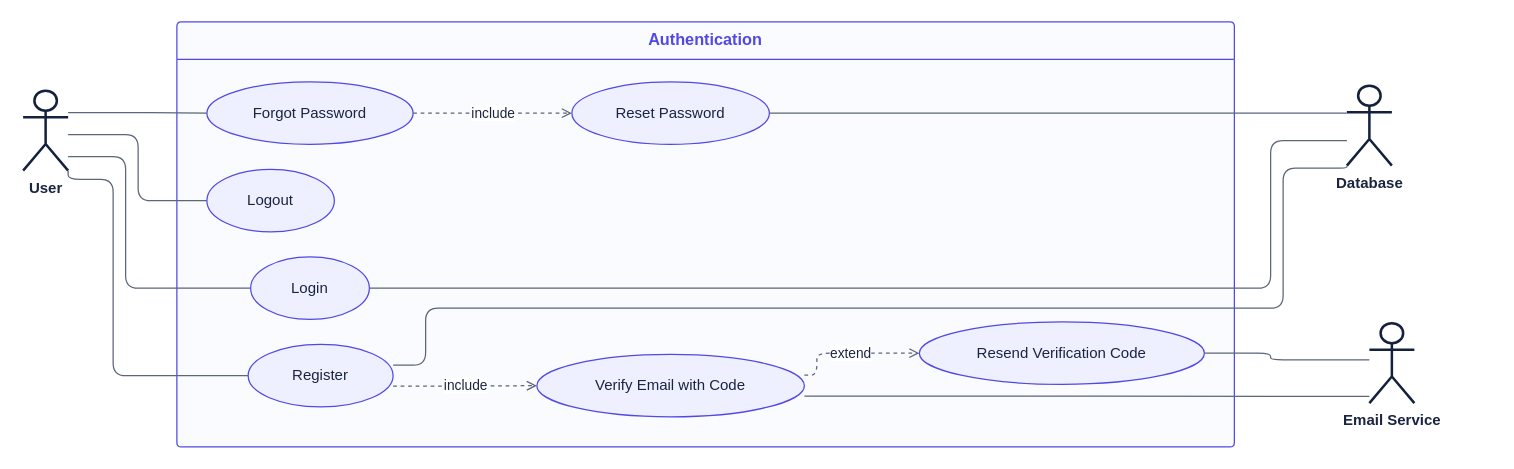
Earlier version of the draw.io diagram page "Fig 3 - Level 1.1 Authentication" (3 of 24) of docs/report/SpecTwin_Diagrams.drawio (sazidmahin/SPL-3). Source tidied: cells renumbered, new cells numbered last; positions are measured from the earlier drawing's top-left corner, leaving out a move shared by most shapes. Both pictures are drawn from the tidied source at 125%, with x=0, y=0 at pixel (22, 21).
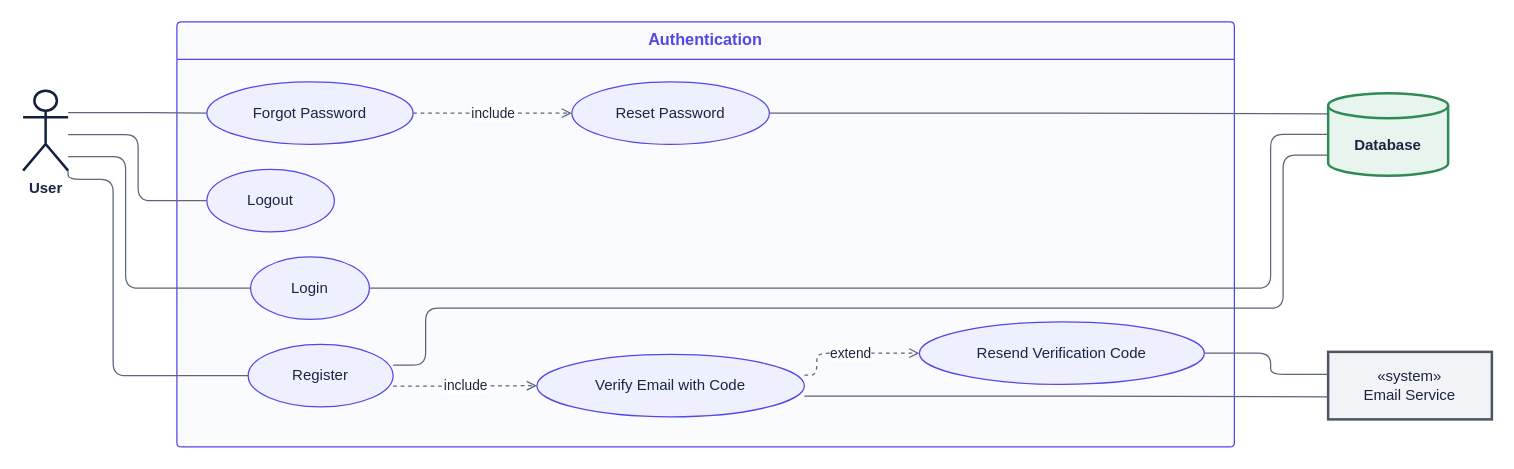
The same page after the edit.

Commit message (it also covers changes not shown here):
docs: show system actors as system shapes and make Figure 13 a whole-pipeline state diagram

Database is drawn as a cylinder and AI engines, email and other services
as <<system>> boxes; only people stay as stick-figure actors. Figure 13
now covers the full run: six stages, completion, publishing, failure
and reopen paths. The report text and states table are updated to match.

The change refers to these unchanged cells:
```xml
<mxCell id="6" value="Register" style="shape=ellipse;perimeter=ellipsePerimeter;whiteSpace=wrap;html=1;fillColor=#EEF0FF;strokeColor=#5148E5;fontColor=#1B2440;fontFamily=Helvetica;fontSize=12;" parent="5" vertex="1">
  <mxGeometry x="57" y="258" width="116" height="50" as="geometry" />
</mxCell>
<mxCell id="7" value="Verify Email with Code" style="shape=ellipse;perimeter=ellipsePerimeter;whiteSpace=wrap;html=1;fillColor=#EEF0FF;strokeColor=#5148E5;fontColor=#1B2440;fontFamily=Helvetica;fontSize=12;" parent="5" vertex="1">
  <mxGeometry x="288" y="266" width="214" height="50" as="geometry" />
</mxCell>
<mxCell id="8" value="Resend Verification Code" style="shape=ellipse;perimeter=ellipsePerimeter;whiteSpace=wrap;html=1;fillColor=#EEF0FF;strokeColor=#5148E5;fontColor=#1B2440;fontFamily=Helvetica;fontSize=12;" parent="5" vertex="1">
  <mxGeometry x="594" y="240" width="228" height="50" as="geometry" />
</mxCell>
<mxCell id="9" value="Login" style="shape=ellipse;perimeter=ellipsePerimeter;whiteSpace=wrap;html=1;fillColor=#EEF0FF;strokeColor=#5148E5;fontColor=#1B2440;fontFamily=Helvetica;fontSize=12;" parent="5" vertex="1">
  <mxGeometry x="59" y="188" width="95" height="50" as="geometry" />
</mxCell>
<mxCell id="11" value="Reset Password" style="shape=ellipse;perimeter=ellipsePerimeter;whiteSpace=wrap;html=1;fillColor=#EEF0FF;strokeColor=#5148E5;fontColor=#1B2440;fontFamily=Helvetica;fontSize=12;" parent="5" vertex="1">
  <mxGeometry x="316" y="48" width="158" height="50" as="geometry" />
</mxCell>
```

The edit, as a diff of the source:
```diff
@@
-    <mxCell id="3" value="Database" style="shape=umlActor;verticalLabelPosition=bottom;verticalAlign=top;html=1;outlineConnect=0;fillColor=#FFFFFF;strokeColor=#14213D;strokeWidth=2;fontColor=#1B2440;fontStyle=1;fontFamily=Helvetica;fontSize=12;" parent="1" vertex="1">
-      <mxGeometry x="1059" y="51" width="36" height="64" as="geometry" />
+    <mxCell id="3" value="Database" style="shape=cylinder3;whiteSpace=wrap;html=1;boundedLbl=1;backgroundOutline=1;size=10;fillColor=#E8F5EE;strokeColor=#2E8B57;strokeWidth=2;fontColor=#1B2440;fontStyle=1;fontFamily=Helvetica;fontSize=12;" parent="1" vertex="1">
+      <mxGeometry x="1044" y="57" width="96" height="66" as="geometry" />
     </mxCell>
-    <mxCell id="4" value="Email Service" style="shape=umlActor;verticalLabelPosition=bottom;verticalAlign=top;html=1;outlineConnect=0;fillColor=#FFFFFF;strokeColor=#14213D;strokeWidth=2;fontColor=#1B2440;fontStyle=1;fontFamily=Helvetica;fontSize=12;" parent="1" vertex="1">
-      <mxGeometry x="1077" y="241" width="36" height="64" as="geometry" />
+    <mxCell id="4" value="«system»&lt;br&gt;Email Service" style="rounded=0;whiteSpace=wrap;html=1;fillColor=#F1F3F7;strokeColor=#4B5563;strokeWidth=2;fontColor=#1B2440;fontFamily=Helvetica;fontSize=12;" parent="1" vertex="1">
+      <mxGeometry x="1044" y="264" width="131" height="54" as="geometry" />
     </mxCell>
@@
-    <mxCell id="20" style="edgeStyle=orthogonalEdgeStyle;rounded=1;html=1;strokeColor=#5B6678;fontColor=#1B2440;fontSize=11;labelBackgroundColor=#FFFFFF;endArrow=none;exitX=1.000;exitY=0.333;exitDx=0;exitDy=0;exitPerimeter=0;entryX=0.000;entryY=1.000;entryDx=0;entryDy=0;entryPerimeter=0;" parent="1" edge="1" source="6" target="3">
+    <mxCell id="20" style="edgeStyle=orthogonalEdgeStyle;rounded=1;html=1;strokeColor=#5B6678;fontColor=#1B2440;fontSize=11;labelBackgroundColor=#FFFFFF;endArrow=none;exitX=1.000;exitY=0.333;exitDx=0;exitDy=0;exitPerimeter=0;entryX=0.000;entryY=0.750;entryDx=0;entryDy=0;entryPerimeter=0;" parent="1" edge="1" source="6" target="3">
       <mxGeometry relative="1" as="geometry">
         <Array as="points">
           <mxPoint x="322" y="275" />
           <mxPoint x="322" y="229" />
           <mxPoint x="1008" y="229" />
-          <mxPoint x="1008" y="117" />
+          <mxPoint x="1008" y="106" />
         </Array>
       </mxGeometry>
     </mxCell>
-    <mxCell id="21" style="edgeStyle=orthogonalEdgeStyle;rounded=1;html=1;strokeColor=#5B6678;fontColor=#1B2440;fontSize=11;labelBackgroundColor=#FFFFFF;endArrow=none;exitX=1.000;exitY=0.500;exitDx=0;exitDy=0;exitPerimeter=0;entryX=0.000;entryY=0.688;entryDx=0;entryDy=0;entryPerimeter=0;" parent="1" edge="1" source="9" target="3">
+    <mxCell id="21" style="edgeStyle=orthogonalEdgeStyle;rounded=1;html=1;strokeColor=#5B6678;fontColor=#1B2440;fontSize=11;labelBackgroundColor=#FFFFFF;endArrow=none;exitX=1.000;exitY=0.500;exitDx=0;exitDy=0;exitPerimeter=0;entryX=0.000;entryY=0.500;entryDx=0;entryDy=0;entryPerimeter=0;" parent="1" edge="1" source="9" target="3">
       <mxGeometry relative="1" as="geometry">
         <Array as="points">
           <mxPoint x="998" y="213" />
-          <mxPoint x="998" y="95" />
+          <mxPoint x="998" y="90" />
         </Array>
       </mxGeometry>
     </mxCell>
-    <mxCell id="22" style="edgeStyle=orthogonalEdgeStyle;rounded=1;html=1;strokeColor=#5B6678;fontColor=#1B2440;fontSize=11;labelBackgroundColor=#FFFFFF;endArrow=none;exitX=1.000;exitY=0.500;exitDx=0;exitDy=0;exitPerimeter=0;entryX=0.000;entryY=0.344;entryDx=0;entryDy=0;entryPerimeter=0;" parent="1" edge="1" source="11" target="3">
+    <mxCell id="22" style="edgeStyle=orthogonalEdgeStyle;rounded=1;html=1;strokeColor=#5B6678;fontColor=#1B2440;fontSize=11;labelBackgroundColor=#FFFFFF;endArrow=none;exitX=1.000;exitY=0.500;exitDx=0;exitDy=0;exitPerimeter=0;entryX=0.000;entryY=0.250;entryDx=0;entryDy=0;entryPerimeter=0;" parent="1" edge="1" source="11" target="3">
       <mxGeometry relative="1" as="geometry" />
     </mxCell>
-    <mxCell id="23" style="edgeStyle=orthogonalEdgeStyle;rounded=1;html=1;strokeColor=#5B6678;fontColor=#1B2440;fontSize=11;labelBackgroundColor=#FFFFFF;endArrow=none;exitX=1.000;exitY=0.667;exitDx=0;exitDy=0;exitPerimeter=0;entryX=0.000;entryY=0.917;entryDx=0;entryDy=0;entryPerimeter=0;" parent="1" edge="1" source="7" target="4">
+    <mxCell id="23" style="edgeStyle=orthogonalEdgeStyle;rounded=1;html=1;strokeColor=#5B6678;fontColor=#1B2440;fontSize=11;labelBackgroundColor=#FFFFFF;endArrow=none;exitX=1.000;exitY=0.667;exitDx=0;exitDy=0;exitPerimeter=0;entryX=0.000;entryY=0.667;entryDx=0;entryDy=0;entryPerimeter=0;" parent="1" edge="1" source="7" target="4">
       <mxGeometry relative="1" as="geometry" />
     </mxCell>
-    <mxCell id="24" style="edgeStyle=orthogonalEdgeStyle;rounded=1;html=1;strokeColor=#5B6678;fontColor=#1B2440;fontSize=11;labelBackgroundColor=#FFFFFF;endArrow=none;exitX=1.000;exitY=0.500;exitDx=0;exitDy=0;exitPerimeter=0;entryX=0.000;entryY=0.458;entryDx=0;entryDy=0;entryPerimeter=0;" parent="1" edge="1" source="8" target="4">
+    <mxCell id="24" style="edgeStyle=orthogonalEdgeStyle;rounded=1;html=1;strokeColor=#5B6678;fontColor=#1B2440;fontSize=11;labelBackgroundColor=#FFFFFF;endArrow=none;exitX=1.000;exitY=0.500;exitDx=0;exitDy=0;exitPerimeter=0;entryX=0.000;entryY=0.333;entryDx=0;entryDy=0;entryPerimeter=0;" parent="1" edge="1" source="8" target="4">
       <mxGeometry relative="1" as="geometry">
         <Array as="points">
           <mxPoint x="998" y="265" />
-          <mxPoint x="998" y="270" />
+          <mxPoint x="998" y="282" />
         </Array>
       </mxGeometry>
     </mxCell>
```
